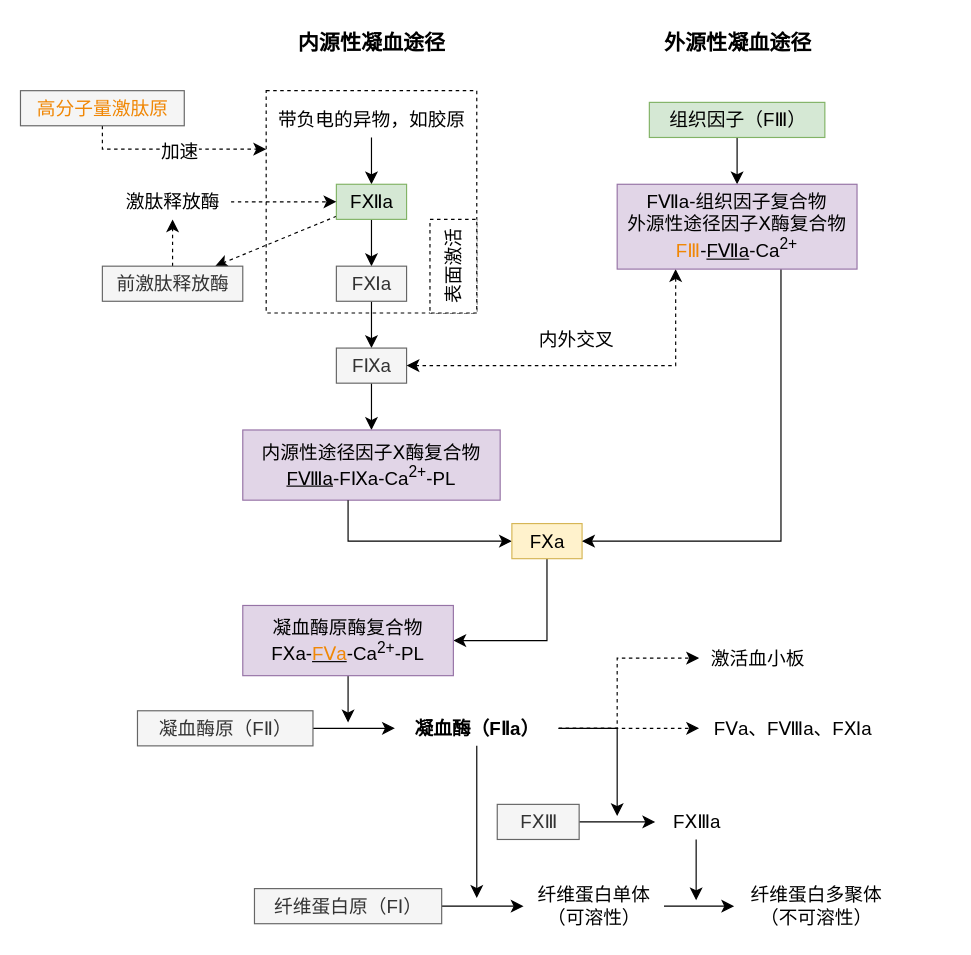
Before: content/series/生理学/血液生理/生理性止血/凝血过程.drawio in daisilia/daisilia.github.io, a draw.io diagram. Source tidied: cells renumbered, new cells numbered last; positions are measured from the earlier drawing's top-left corner, leaving out a move shared by most shapes. Both pictures are drawn from the tidied source at 117%, with x=0, y=0 at pixel (20, 20).
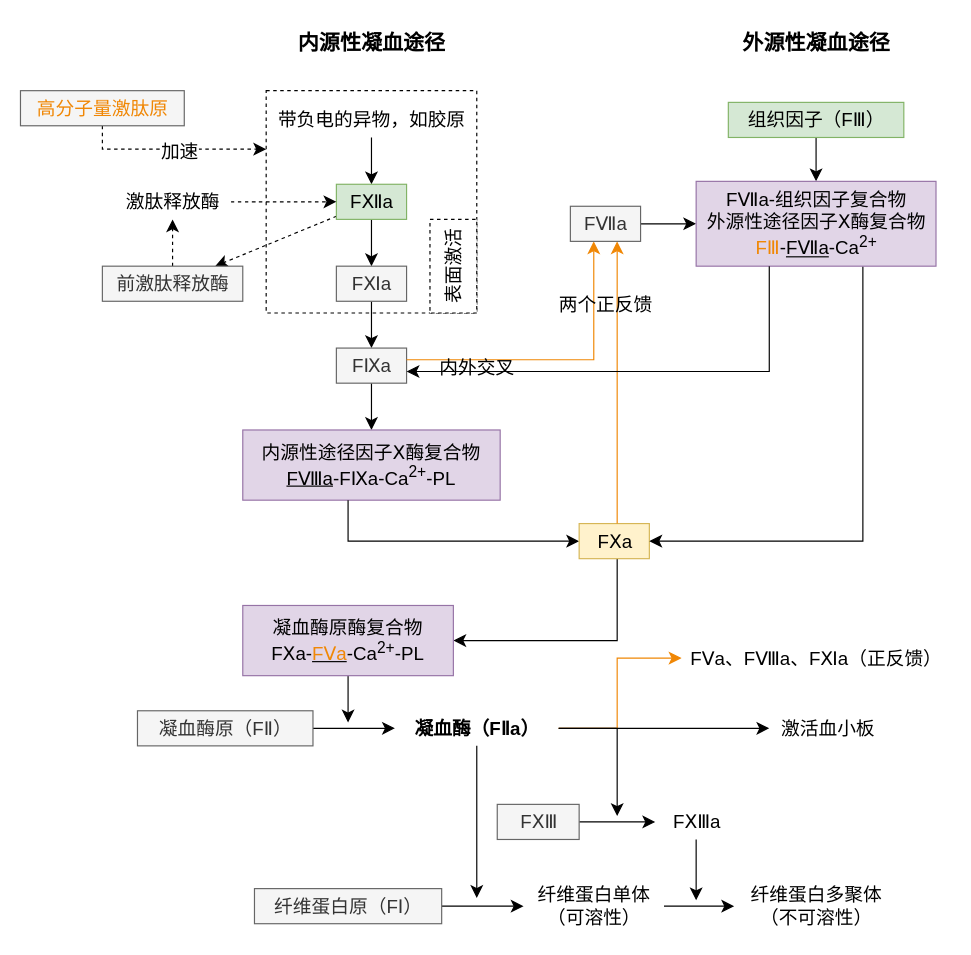
The same diagram, later.

The change refers to these unchanged cells:
```xml
<mxCell id="21" value="FⅨa" style="text;html=1;align=center;verticalAlign=middle;points=[];fontSize=16;fillColor=#f5f5f5;fontColor=#333333;strokeColor=#666666;fontFamily=Noto Sans SC;" parent="1" vertex="1">
  <mxGeometry x="270" y="280" width="60" height="30" as="geometry" />
</mxCell>
<mxCell id="32" value="凝血酶原酶复合物&lt;br&gt;FⅩa-&lt;u&gt;&lt;font color=&quot;#f08705&quot;&gt;FⅤa&lt;/font&gt;&lt;/u&gt;-Ca&lt;sup&gt;2+&lt;/sup&gt;-PL" style="whiteSpace=wrap;html=1;fontSize=16;fillColor=#e1d5e7;strokeColor=#9673a6;fontFamily=Noto Sans SC;" parent="1" vertex="1">
  <mxGeometry x="190" y="500" width="180" height="60" as="geometry" />
</mxCell>
<mxCell id="39" value="凝血酶（FⅡa）" style="text;html=1;align=center;verticalAlign=middle;points=[];strokeColor=none;fillColor=none;fontSize=16;fontStyle=1;fontFamily=Noto Sans SC;" parent="1" vertex="1">
  <mxGeometry x="320" y="590" width="140" height="30" as="geometry" />
</mxCell>
```

What changed in the source:
```diff
@@
     <mxCell id="4" value="&lt;span style=&quot;font-size: 18px;&quot;&gt;外源性凝血途径&lt;/span&gt;" style="text;html=1;align=center;verticalAlign=middle;strokeColor=none;fillColor=none;fontSize=16;fontStyle=1;fontFamily=Noto Serif SC;" parent="1" vertex="1">
-      <mxGeometry x="537.5" width="150" height="40" as="geometry" />
+      <mxGeometry x="605" width="150" height="40" as="geometry" />
     </mxCell>
@@
     <mxCell id="24" style="edgeStyle=orthogonalEdgeStyle;rounded=0;jettySize=auto;html=1;fontSize=12;startSize=8;endSize=8;fontFamily=Noto Sans SC;" parent="1" edge="1" source="25" target="32">
       <mxGeometry relative="1" as="geometry">
         <Array as="points">
-          <mxPoint x="450" y="530" />
+          <mxPoint x="510" y="530" />
         </Array>
       </mxGeometry>
     </mxCell>
     <mxCell id="25" value="FⅩa" style="text;html=1;align=center;verticalAlign=middle;points=[];strokeColor=#d6b656;fillColor=#fff2cc;fontSize=16;fontFamily=Noto Sans SC;" parent="1" vertex="1">
-      <mxGeometry x="420" y="430" width="60" height="30" as="geometry" />
+      <mxGeometry x="477.5" y="430" width="60" height="30" as="geometry" />
     </mxCell>
-    <mxCell id="26" style="edgeStyle=none;curved=1;rounded=0;jettySize=auto;html=1;fontSize=12;startSize=8;endSize=8;fontFamily=Noto Sans SC;" parent="1" edge="1" source="27" target="30">
-      <mxGeometry relative="1" as="geometry" />
+    <mxCell id="26" style="edgeStyle=none;curved=1;rounded=0;jettySize=auto;html=1;fontSize=12;startSize=8;endSize=8;fontFamily=Noto Sans SC;" parent="1" edge="1" source="27">
+      <mxGeometry relative="1" as="geometry">
+        <mxPoint x="680" y="137.5" as="targetPoint" />
+      </mxGeometry>
     </mxCell>
     <mxCell id="27" value="组织因子（FⅢ）" style="text;html=1;align=center;verticalAlign=middle;points=[];strokeColor=#82b366;fillColor=#d5e8d4;fontSize=16;fontFamily=Noto Sans SC;" parent="1" vertex="1">
-      <mxGeometry x="537.5" y="70" width="150" height="30" as="geometry" />
+      <mxGeometry x="605" y="70" width="150" height="30" as="geometry" />
     </mxCell>
-    <mxCell id="28" style="edgeStyle=orthogonalEdgeStyle;rounded=0;jettySize=auto;html=1;fontSize=12;startSize=8;endSize=8;dashed=1;fontFamily=Noto Sans SC;startArrow=classic;startFill=1;" parent="1" edge="1" source="30" target="21">
+    <mxCell id="28" style="edgeStyle=orthogonalEdgeStyle;rounded=0;jettySize=auto;html=1;fontSize=12;startSize=8;endSize=8;fontFamily=Noto Sans SC;startArrow=classic;startFill=1;endArrow=none;endFill=0;strokeColor=#F08705;" parent="1" edge="1" source="54" target="21">
       <mxGeometry relative="1" as="geometry">
         <Array as="points">
-          <mxPoint x="560" y="295" />
+          <mxPoint x="490" y="290" />
         </Array>
       </mxGeometry>
     </mxCell>
-    <mxCell id="29" style="edgeStyle=orthogonalEdgeStyle;rounded=0;jettySize=auto;html=1;fontSize=12;startSize=8;endSize=8;fontFamily=Noto Sans SC;" parent="1" edge="1" source="30" target="25">
+    <mxCell id="29" style="edgeStyle=orthogonalEdgeStyle;rounded=0;jettySize=auto;html=1;fontSize=12;startSize=8;endSize=8;fontFamily=Noto Sans SC;startArrow=classic;startFill=1;endArrow=none;endFill=0;strokeColor=#F08705;" parent="1" edge="1" source="54" target="25">
       <mxGeometry relative="1" as="geometry">
         <Array as="points">
-          <mxPoint x="650" y="445" />
+          <mxPoint x="510" y="300" />
+          <mxPoint x="510" y="300" />
         </Array>
       </mxGeometry>
     </mxCell>
-    <mxCell id="30" value="FⅦa-组织因子复合物&lt;br&gt;外源性途径因子Ⅹ酶复合物&lt;br&gt;&lt;font color=&quot;#f08705&quot;&gt;FⅢ&lt;/font&gt;-&lt;u&gt;FⅦa&lt;/u&gt;-Ca&lt;sup&gt;2+&lt;/sup&gt;" style="whiteSpace=wrap;html=1;fontSize=16;fillColor=#e1d5e7;strokeColor=#9673a6;fontFamily=Noto Sans SC;" parent="1" vertex="1">
-      <mxGeometry x="510" y="140" width="205" height="72.5" as="geometry" />
-    </mxCell>
@@
-    <mxCell id="37" style="edgeStyle=none;curved=1;rounded=0;jettySize=auto;html=1;fontSize=12;startSize=8;endSize=8;dashed=1;fontFamily=Noto Sans SC;" parent="1" edge="1" source="39" target="49">
-      <mxGeometry relative="1" as="geometry" />
+    <mxCell id="37" style="edgeStyle=orthogonalEdgeStyle;rounded=0;jettySize=auto;html=1;fontSize=12;startSize=8;endSize=8;fontFamily=Noto Sans SC;strokeColor=#F08705;" parent="1" edge="1" source="39" target="49">
+      <mxGeometry relative="1" as="geometry">
+        <Array as="points">
+          <mxPoint x="510" y="605" />
+          <mxPoint x="510" y="545" />
+        </Array>
+      </mxGeometry>
     </mxCell>
-    <mxCell id="38" style="edgeStyle=orthogonalEdgeStyle;rounded=0;jettySize=auto;html=1;fontSize=12;startSize=8;endSize=8;dashed=1;fontFamily=Noto Sans SC;" parent="1" edge="1" source="39" target="50">
-      <mxGeometry relative="1" as="geometry">
-        <Array as="points">
-          <mxPoint x="510" y="605" />
-          <mxPoint x="510" y="545" />
-        </Array>
-      </mxGeometry>
+    <mxCell id="38" style="rounded=0;jettySize=auto;html=1;fontSize=12;startSize=8;endSize=8;fontFamily=Noto Sans SC;" parent="1" edge="1" source="39" target="50">
+      <mxGeometry relative="1" as="geometry" />
     </mxCell>
@@
-    <mxCell id="49" value="FⅤa、FⅧa、FⅪa" style="text;html=1;align=center;verticalAlign=middle;points=[];strokeColor=none;fillColor=none;fontSize=16;fontFamily=Noto Sans SC;" parent="1" vertex="1">
-      <mxGeometry x="580" y="590" width="160" height="30" as="geometry" />
+    <mxCell id="49" value="FⅤa、FⅧa、FⅪa（正反馈）" style="text;html=1;align=center;verticalAlign=middle;points=[];strokeColor=none;fillColor=none;fontSize=16;fontFamily=Noto Sans SC;" parent="1" vertex="1">
+      <mxGeometry x="565" y="530" width="230" height="30" as="geometry" />
     </mxCell>
     <mxCell id="50" value="激活血小板" style="text;html=1;align=center;verticalAlign=middle;points=[];strokeColor=none;fillColor=none;fontSize=16;fontFamily=Noto Sans SC;" parent="1" vertex="1">
-      <mxGeometry x="580" y="530" width="100" height="30" as="geometry" />
+      <mxGeometry x="640" y="590" width="100" height="30" as="geometry" />
     </mxCell>
+    <mxCell id="52" value="两个正反馈" style="text;html=1;align=center;verticalAlign=middle;strokeColor=none;fillColor=none;fontSize=16;" parent="1" vertex="1">
+      <mxGeometry x="450" y="228" width="100" height="30" as="geometry" />
+    </mxCell>
+    <mxCell id="53" style="edgeStyle=none;curved=1;rounded=0;jettySize=auto;html=1;fontSize=12;startSize=8;endSize=8;" parent="1" edge="1" source="54" target="30">
+      <mxGeometry relative="1" as="geometry" />
+    </mxCell>
+    <mxCell id="54" value="FⅦa" style="text;html=1;align=center;verticalAlign=middle;points=[];strokeColor=#666666;fillColor=#f5f5f5;fontSize=16;fontColor=#333333;" parent="1" vertex="1">
+      <mxGeometry x="470" y="158.8" width="60" height="30" as="geometry" />
+    </mxCell>
+    <mxCell id="55" style="edgeStyle=orthogonalEdgeStyle;rounded=0;jettySize=auto;html=1;fontSize=12;startSize=8;endSize=8;" parent="1" edge="1" source="30" target="25">
+      <mxGeometry relative="1" as="geometry">
+        <Array as="points">
+          <mxPoint x="720" y="445" />
+        </Array>
+      </mxGeometry>
+    </mxCell>
+    <mxCell id="30" value="FⅦa-组织因子复合物&lt;br&gt;外源性途径因子Ⅹ酶复合物&lt;br&gt;&lt;font color=&quot;#f08705&quot;&gt;FⅢ&lt;/font&gt;-&lt;u&gt;FⅦa&lt;/u&gt;-Ca&lt;sup&gt;2+&lt;/sup&gt;" style="whiteSpace=wrap;html=1;fontSize=16;fillColor=#e1d5e7;strokeColor=#9673a6;fontFamily=Noto Sans SC;" parent="1" vertex="1">
+      <mxGeometry x="577.5" y="137.5" width="205" height="72.5" as="geometry" />
+    </mxCell>
+    <mxCell id="56" style="edgeStyle=orthogonalEdgeStyle;rounded=0;jettySize=auto;html=1;fontSize=12;startSize=8;endSize=8;" parent="1" edge="1" source="30" target="21">
+      <mxGeometry relative="1" as="geometry">
+        <Array as="points">
+          <mxPoint x="640" y="300" />
+        </Array>
+      </mxGeometry>
+    </mxCell>
     <mxCell id="51" value="内外交叉" style="text;html=1;align=center;verticalAlign=middle;strokeColor=none;fillColor=none;fontSize=16;" parent="1" vertex="1">
-      <mxGeometry x="430" y="258" width="90" height="30" as="geometry" />
+      <mxGeometry x="345" y="282" width="90" height="30" as="geometry" />
     </mxCell>
```
